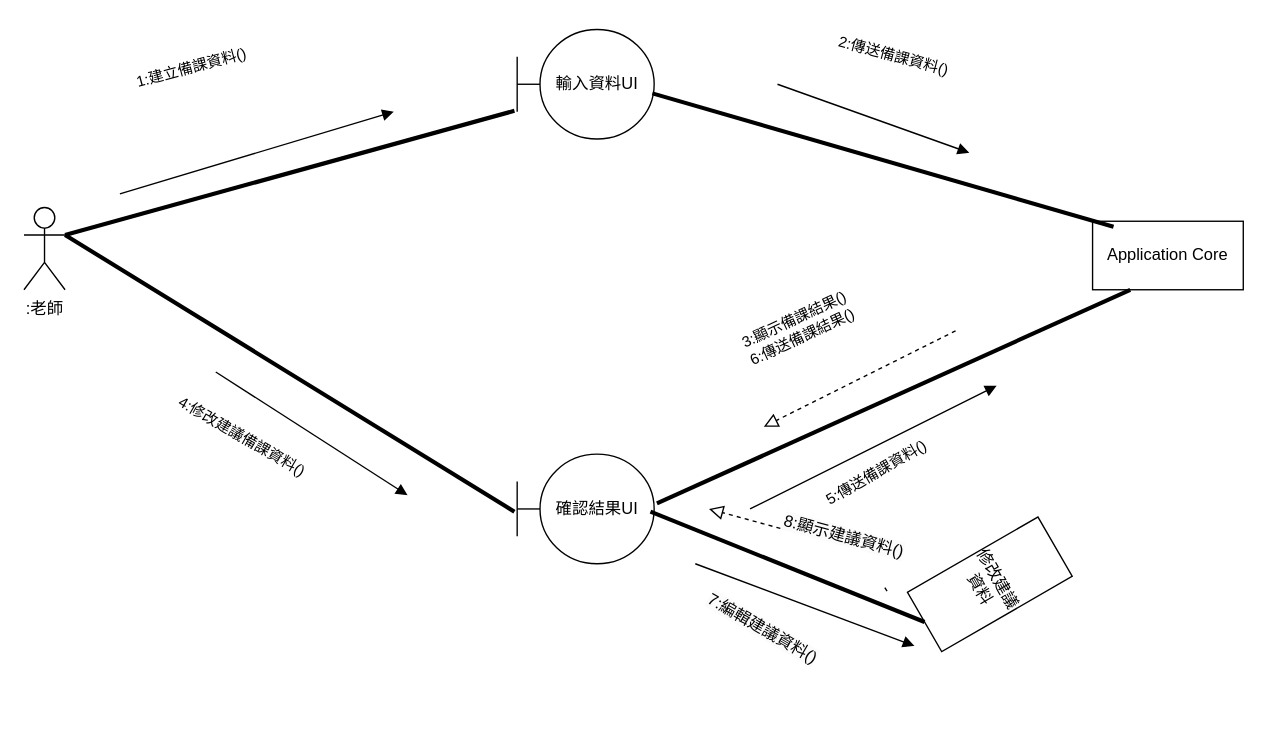
The draw.io diagram 溝通圖(建立備課資料).drawio in Kevincheng0804/System-analysis, before the edit. Source tidied: cells renumbered, new cells numbered last; positions are measured from the earlier drawing's top-left corner, leaving out a move shared by most shapes. Both pictures are drawn from the tidied source at 137%, with x=0, y=0 at pixel (23, 29).
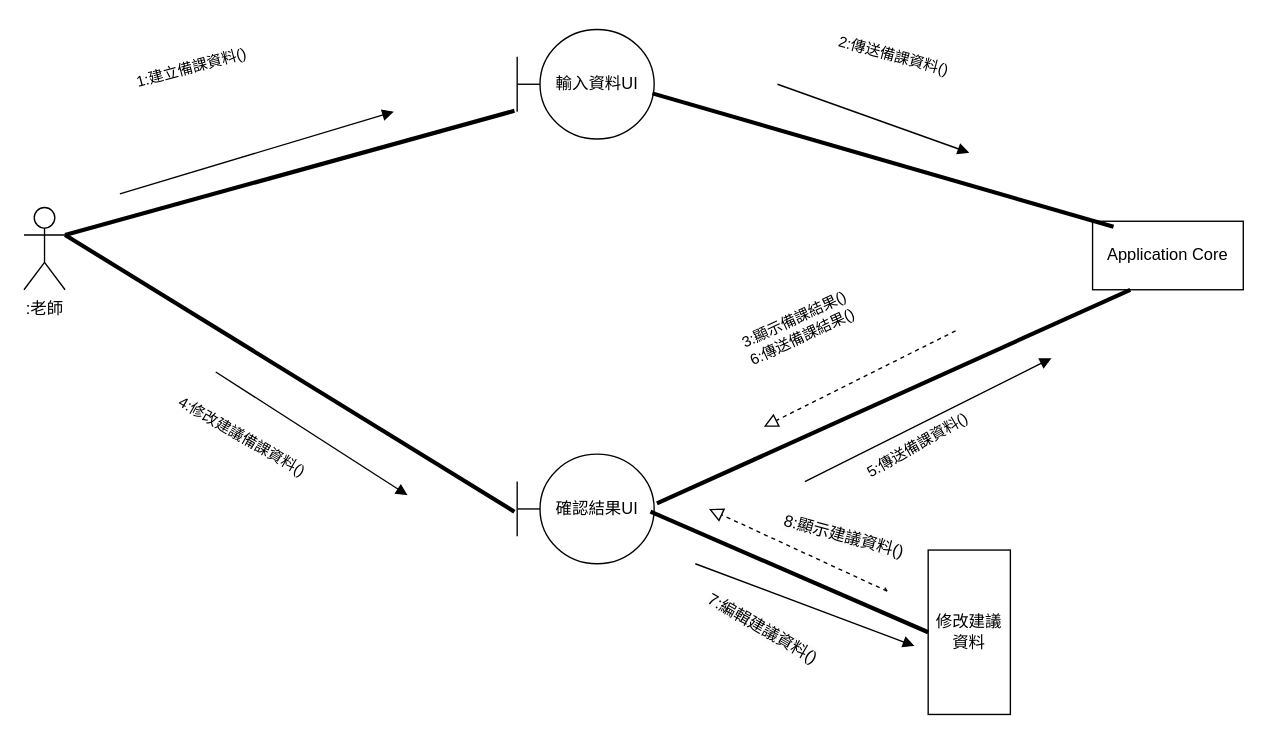
After the change.

Unchanged cells that the change refers to:
```xml
<mxCell id="4" value="確認結果UI" style="shape=umlBoundary;whiteSpace=wrap;html=1;" parent="1" vertex="1">
  <mxGeometry x="360" y="310" width="100" height="80" as="geometry" />
</mxCell>
<mxCell id="26" value="&lt;span style=&quot;color: rgb(0, 0, 0); font-family: Helvetica; font-size: 12px; font-style: normal; font-variant-ligatures: normal; font-variant-caps: normal; font-weight: 400; letter-spacing: normal; orphans: 2; text-align: center; text-indent: 0px; text-transform: none; widows: 2; word-spacing: 0px; -webkit-text-stroke-width: 0px; background-color: rgb(251, 251, 251); text-decoration-thickness: initial; text-decoration-style: initial; text-decoration-color: initial; float: none; display: inline !important;&quot;&gt;8:顯示建議資料()&lt;/span&gt;" style="text;whiteSpace=wrap;html=1;rotation=15;" parent="1" vertex="1">
  <mxGeometry x="550" y="360" width="120" height="40" as="geometry" />
</mxCell>
```

What changed in the source:
```diff
@@
     <mxCell id="14" style="html=1;verticalAlign=bottom;labelBackgroundColor=none;endArrow=block;endFill=1;rounded=0;" parent="1" edge="1">
       <mxGeometry relative="1" as="geometry">
-        <mxPoint x="530" y="350" as="sourcePoint" />
-        <mxPoint x="710" y="260" as="targetPoint" />
+        <mxPoint x="570" y="330" as="sourcePoint" />
+        <mxPoint x="750" y="240" as="targetPoint" />
       </mxGeometry>
     </mxCell>
@@
     <mxCell id="19" value="&lt;span style=&quot;color: rgb(0, 0, 0); font-family: Helvetica; font-size: 11px; font-style: normal; font-variant-ligatures: normal; font-variant-caps: normal; font-weight: 400; letter-spacing: normal; orphans: 2; text-align: center; text-indent: 0px; text-transform: none; widows: 2; word-spacing: 0px; -webkit-text-stroke-width: 0px; white-space: nowrap; background-color: rgb(255, 255, 255); text-decoration-thickness: initial; text-decoration-style: initial; text-decoration-color: initial; display: inline !important; float: none;&quot;&gt;5:傳送備課資料()&lt;/span&gt;&lt;div&gt;&lt;/div&gt;" style="text;whiteSpace=wrap;html=1;rotation=-30;" parent="1" vertex="1">
-      <mxGeometry x="580" y="300" width="120" height="40" as="geometry" />
+      <mxGeometry x="610" y="280" width="120" height="40" as="geometry" />
     </mxCell>
-    <mxCell id="20" value="修改建議資料" style="html=1;whiteSpace=wrap;rotation=60;direction=south;" parent="1" vertex="1">
-      <mxGeometry x="680" y="350" width="50" height="110" as="geometry" />
+    <mxCell id="20" value="修改建議資料" style="html=1;whiteSpace=wrap;rotation=0;direction=south;" parent="1" vertex="1">
+      <mxGeometry x="660" y="380" width="60" height="120" as="geometry" />
     </mxCell>
-    <mxCell id="21" style="endArrow=none;startArrow=none;endFill=0;startFill=0;endSize=8;html=1;verticalAlign=bottom;labelBackgroundColor=none;strokeWidth=3;rounded=0;entryX=1;entryY=0.5;entryDx=0;entryDy=0;exitX=0.973;exitY=0.525;exitDx=0;exitDy=0;exitPerimeter=0;" parent="1" edge="1" source="4" target="20">
+    <mxCell id="21" style="endArrow=none;startArrow=none;endFill=0;startFill=0;endSize=8;html=1;verticalAlign=bottom;labelBackgroundColor=none;strokeWidth=3;rounded=0;exitX=0.973;exitY=0.525;exitDx=0;exitDy=0;exitPerimeter=0;entryX=0.5;entryY=1;entryDx=0;entryDy=0;" parent="1" edge="1" source="4" target="20">
       <mxGeometry relative="1" as="geometry" />
     </mxCell>
@@
-    <mxCell id="24" style="endArrow=block;startArrow=none;endFill=0;startFill=0;endSize=8;html=1;verticalAlign=bottom;dashed=1;labelBackgroundColor=none;rounded=0;" parent="1" edge="1" source="26">
+    <mxCell id="24" style="endArrow=block;startArrow=none;endFill=0;startFill=0;endSize=8;html=1;verticalAlign=bottom;dashed=1;labelBackgroundColor=none;rounded=0;" parent="1" edge="1">
       <mxGeometry relative="1" as="geometry">
+        <mxPoint x="630" y="410" as="sourcePoint" />
         <mxPoint x="500" y="350" as="targetPoint" />
       </mxGeometry>
     </mxCell>
```
